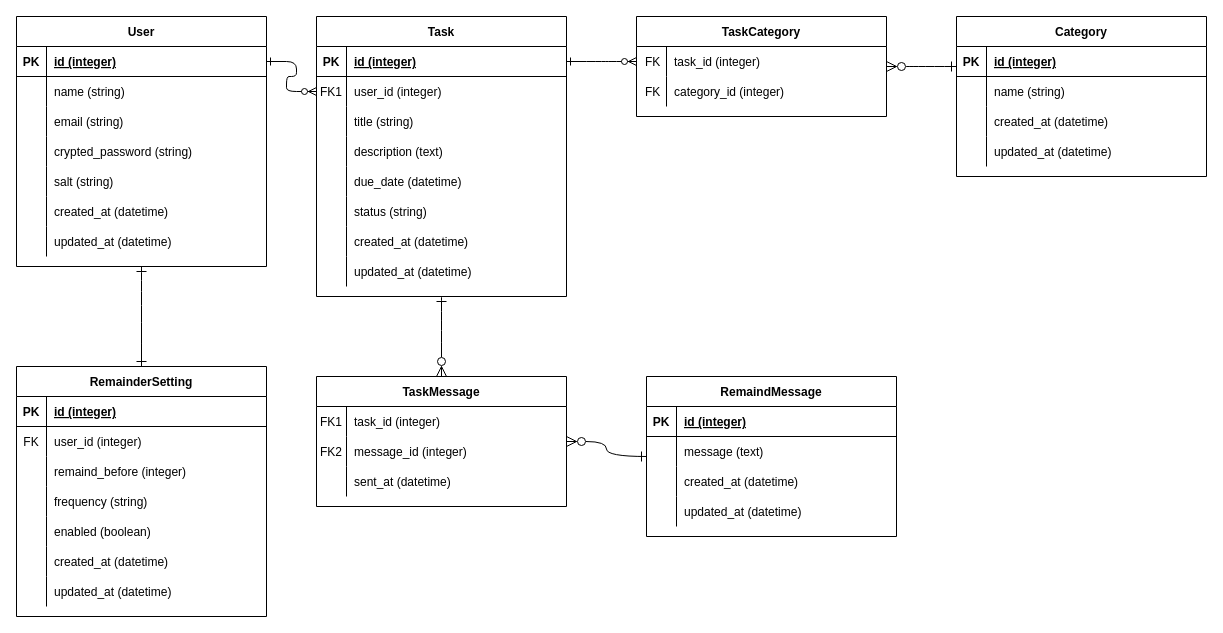
The draw.io diagram 名称未設定ファイル.drawio in Hauru427/rails-vocabulary-trainer, before the edit. Source tidied: cells renumbered, new cells numbered last; positions are measured from the earlier drawing's top-left corner, leaving out a move shared by most shapes. Both pictures are drawn from the tidied source at 100%, with x=0, y=0 at pixel (16, 16).
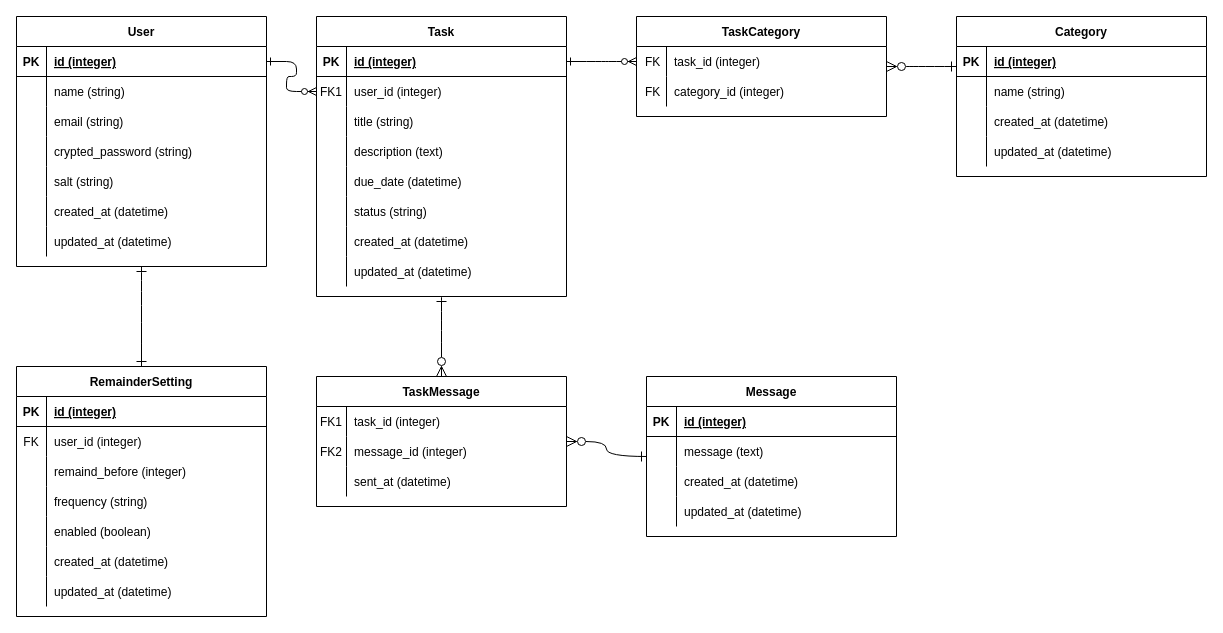
Above is the later version.

Commit message (it also covers changes not shown here):
名称未設定ファイル.drawio を更新します

Change to the diagram source:
```diff
@@
-    <mxCell id="107" value="RemaindMessage" style="shape=table;startSize=30;childLayout=tableLayout;rowLines=0;fontStyle=1;align=center;" parent="1" vertex="1">
+    <mxCell id="107" value="Message" style="shape=table;startSize=30;childLayout=tableLayout;rowLines=0;fontStyle=1;align=center;" parent="1" vertex="1">
       <mxGeometry x="630" y="360" width="250" height="160" as="geometry" />
     </mxCell>
```
